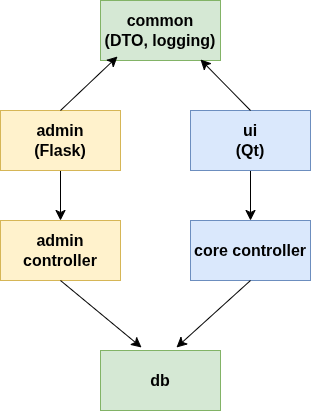
The draw.io diagram design/BlockDiagram.png in YunOh21/pbl_vending_machine, before a commit. Source tidied: cells renumbered, new cells last; positions are measured from the earlier drawing's top-left corner, leaving out a move shared by most shapes.
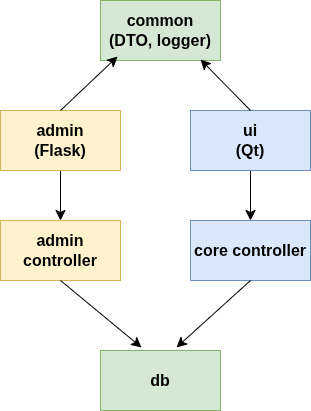
The same file after the commit.

Commit message:
chore: block diagram text change

What changed in the source:
```diff
@@ -14,7 +14,7 @@
     <mxCell id="5" value="ui&lt;div&gt;(Qt)&lt;/div&gt;" style="rounded=0;whiteSpace=wrap;html=1;fillColor=#dae8fc;strokeColor=#6c8ebf;fontSize=16;fontStyle=1;" parent="1" vertex="1">
       <mxGeometry x="190" y="110" width="120" height="60" as="geometry" />
     </mxCell>
-    <mxCell id="6" value="common&lt;div&gt;(DTO, logging)&lt;/div&gt;" style="rounded=0;whiteSpace=wrap;html=1;fillColor=#d5e8d4;strokeColor=#82b366;fontSize=16;fontStyle=1;" parent="1" vertex="1">
+    <mxCell id="6" value="common&lt;div&gt;(DTO, logger)&lt;/div&gt;" style="rounded=0;whiteSpace=wrap;html=1;fillColor=#d5e8d4;strokeColor=#82b366;fontSize=16;fontStyle=1;" parent="1" vertex="1">
       <mxGeometry x="100" width="120" height="60" as="geometry" />
     </mxCell>
     <mxCell id="7" value="db" style="rounded=0;whiteSpace=wrap;html=1;fillColor=#d5e8d4;strokeColor=#82b366;fontSize=16;fontStyle=1;" parent="1" vertex="1">
```
